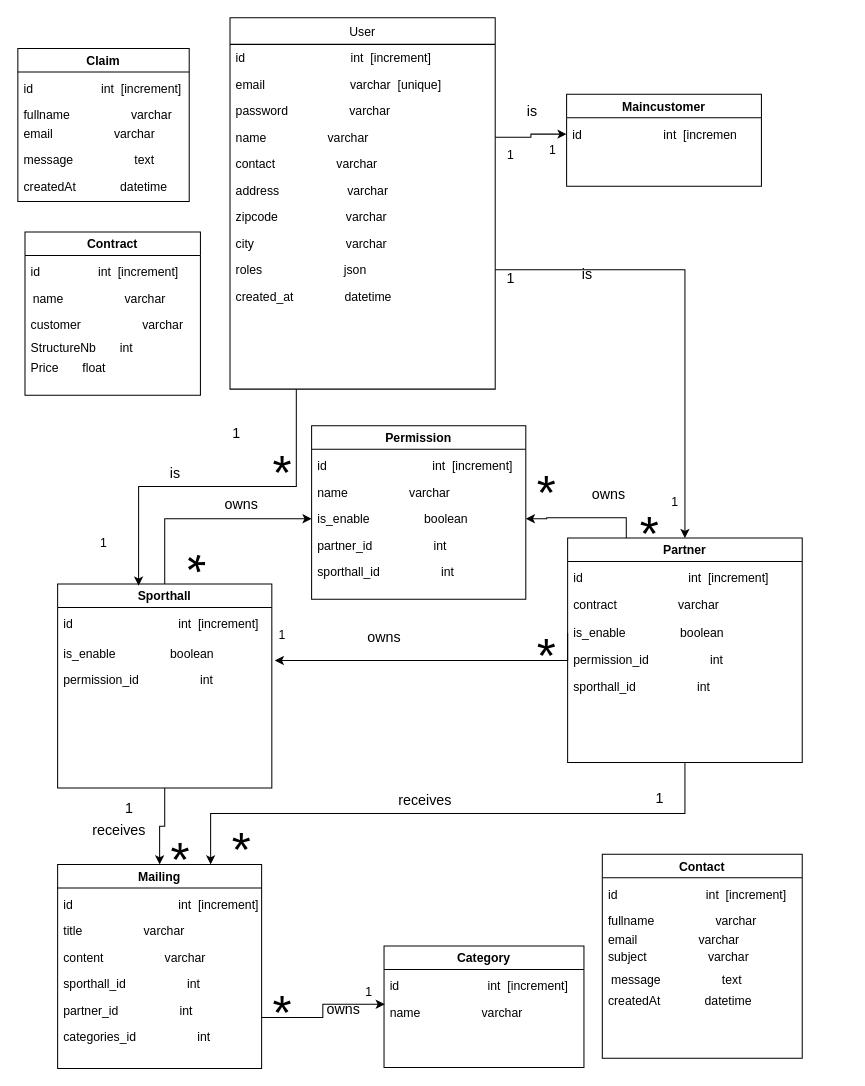
Before: PlanetBody/classes.drawio in cyrisa02/diagrammes-UML, a draw.io diagram. Source tidied: cells renumbered, new cells numbered last; positions are measured from the earlier drawing's top-left corner, leaving out a move shared by most shapes. Both pictures are drawn from the tidied source at 102%, with x=0, y=0 at pixel (17, 17).
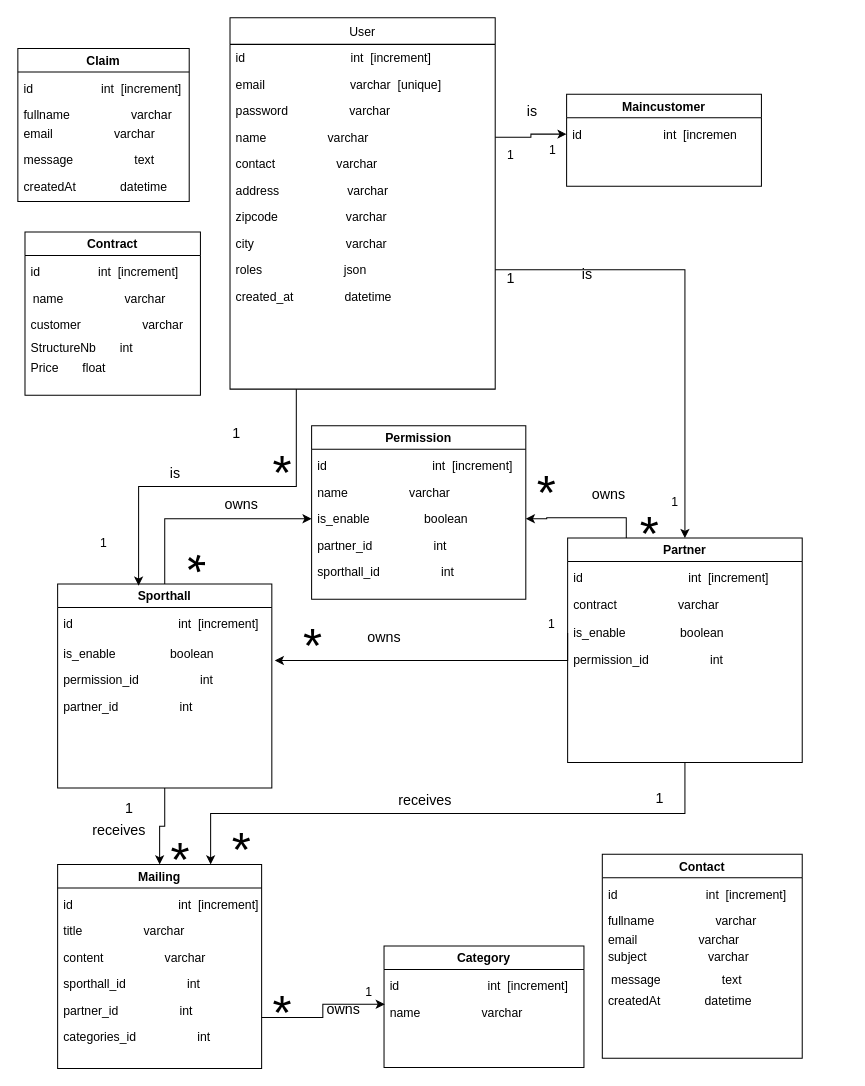
The same diagram, later.

Commit message:
Mettre à jour classes.drawio

Unchanged cells that the change refers to:
```xml
<mxCell id="17" value="Partner" style="swimlane;" parent="1" vertex="1">
  <mxGeometry x="539" y="510" width="230" height="220" as="geometry" />
</mxCell>
<mxCell id="31" value="Sporthall" style="swimlane;" parent="1" vertex="1">
  <mxGeometry x="39" y="555" width="210" height="200" as="geometry" />
</mxCell>
```

What changed in the source:
```diff
@@
-    <mxCell id="22" value="sporthall_id                  int" style="text;align=left;verticalAlign=top;spacingLeft=4;spacingRight=4;overflow=hidden;" parent="17" vertex="1">
-      <mxGeometry y="132" width="190" height="26" as="geometry" />
-    </mxCell>
@@
+    <mxCell id="22" value="partner_id                  int" style="text;align=left;verticalAlign=top;spacingLeft=4;spacingRight=4;overflow=hidden;" parent="31" vertex="1">
+      <mxGeometry y="107" width="190" height="26" as="geometry" />
+    </mxCell>
@@
     <mxCell id="74" value="&lt;font style=&quot;font-size: 48px;&quot;&gt;*&lt;/font&gt;" style="text;html=1;align=center;verticalAlign=middle;fillColor=none;strokeColor=none;rounded=0;" parent="1" vertex="1">
-      <mxGeometry x="498" y="590" width="40" height="70" as="geometry" />
+      <mxGeometry x="269" y="580" width="40" height="70" as="geometry" />
     </mxCell>
     <mxCell id="75" value="1" style="text;html=1;align=center;verticalAlign=middle;fillColor=none;strokeColor=none;rounded=0;" parent="1" vertex="1">
-      <mxGeometry x="244" y="590" width="30" height="30" as="geometry" />
+      <mxGeometry x="508" y="580" width="30" height="30" as="geometry" />
     </mxCell>
```
